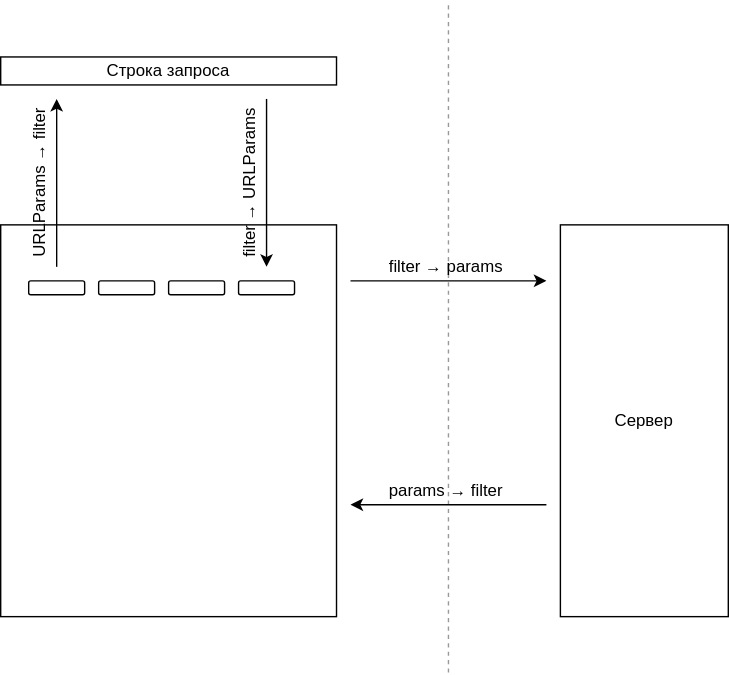
Earlier version of the draw.io export filters.svg (ajile/draw-io). Source tidied: cells renumbered, new cells last; positions are measured from the earlier drawing's top-left corner, leaving out a move shared by most shapes.
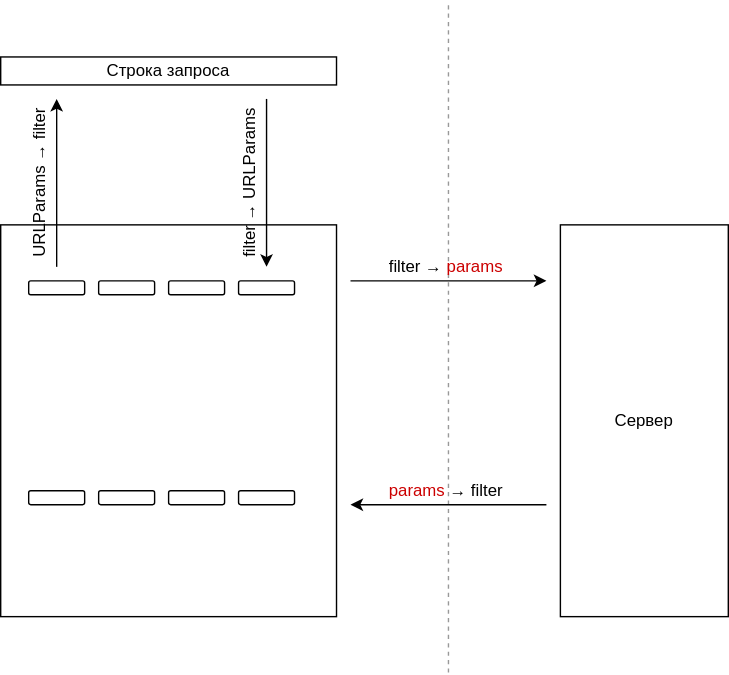
After the commit.

Change to the diagram source:
```diff
@@ -55,6 +55,21 @@
     <mxCell id="19" style="rounded=1;whiteSpace=wrap;html=1;" parent="15" vertex="1">
       <mxGeometry x="150" width="40" height="10" as="geometry" />
     </mxCell>
+    <mxCell id="30" style="group;" parent="13" vertex="1">
+      <mxGeometry x="50" y="350" width="190" height="10" as="geometry" />
+    </mxCell>
+    <mxCell id="31" style="rounded=1;whiteSpace=wrap;html=1;" parent="30" vertex="1">
+      <mxGeometry width="40" height="10" as="geometry" />
+    </mxCell>
+    <mxCell id="32" style="rounded=1;whiteSpace=wrap;html=1;" parent="30" vertex="1">
+      <mxGeometry x="50" width="40" height="10" as="geometry" />
+    </mxCell>
+    <mxCell id="33" style="rounded=1;whiteSpace=wrap;html=1;" parent="30" vertex="1">
+      <mxGeometry x="100" width="40" height="10" as="geometry" />
+    </mxCell>
+    <mxCell id="34" style="rounded=1;whiteSpace=wrap;html=1;" parent="30" vertex="1">
+      <mxGeometry x="150" width="40" height="10" as="geometry" />
+    </mxCell>
     <mxCell id="20" value="Arrows" parent="0" />
     <mxCell id="21" style="endArrow=classic;html=1;" parent="20" edge="1">
       <mxGeometry relative="1" as="geometry">
@@ -81,10 +96,10 @@
       </mxGeometry>
     </mxCell>
     <mxCell id="25" value="Labels" parent="0" />
-    <mxCell id="26" value="filter → params" style="text;html=1;strokeColor=none;fillColor=none;align=center;verticalAlign=middle;whiteSpace=wrap;rounded=0;" parent="25" vertex="1">
+    <mxCell id="26" value="filter → &lt;font color=&quot;#cc0000&quot;&gt;params&lt;/font&gt;" style="text;html=1;strokeColor=none;fillColor=none;align=center;verticalAlign=middle;whiteSpace=wrap;rounded=0;" parent="25" vertex="1">
       <mxGeometry x="300" y="180" width="97" height="20" as="geometry" />
     </mxCell>
-    <mxCell id="27" value="params → filter" style="text;html=1;strokeColor=none;fillColor=none;align=center;verticalAlign=middle;whiteSpace=wrap;rounded=0;" parent="25" vertex="1">
+    <mxCell id="27" value="&lt;font color=&quot;#cc0000&quot;&gt;params&lt;/font&gt; → filter" style="text;html=1;strokeColor=none;fillColor=none;align=center;verticalAlign=middle;whiteSpace=wrap;rounded=0;" parent="25" vertex="1">
       <mxGeometry x="300" y="340" width="97" height="20" as="geometry" />
     </mxCell>
     <mxCell id="28" value="filter → URLParams" style="text;html=1;strokeColor=none;fillColor=none;align=center;verticalAlign=middle;whiteSpace=wrap;rounded=0;rotation=270;" parent="25" vertex="1">
```
